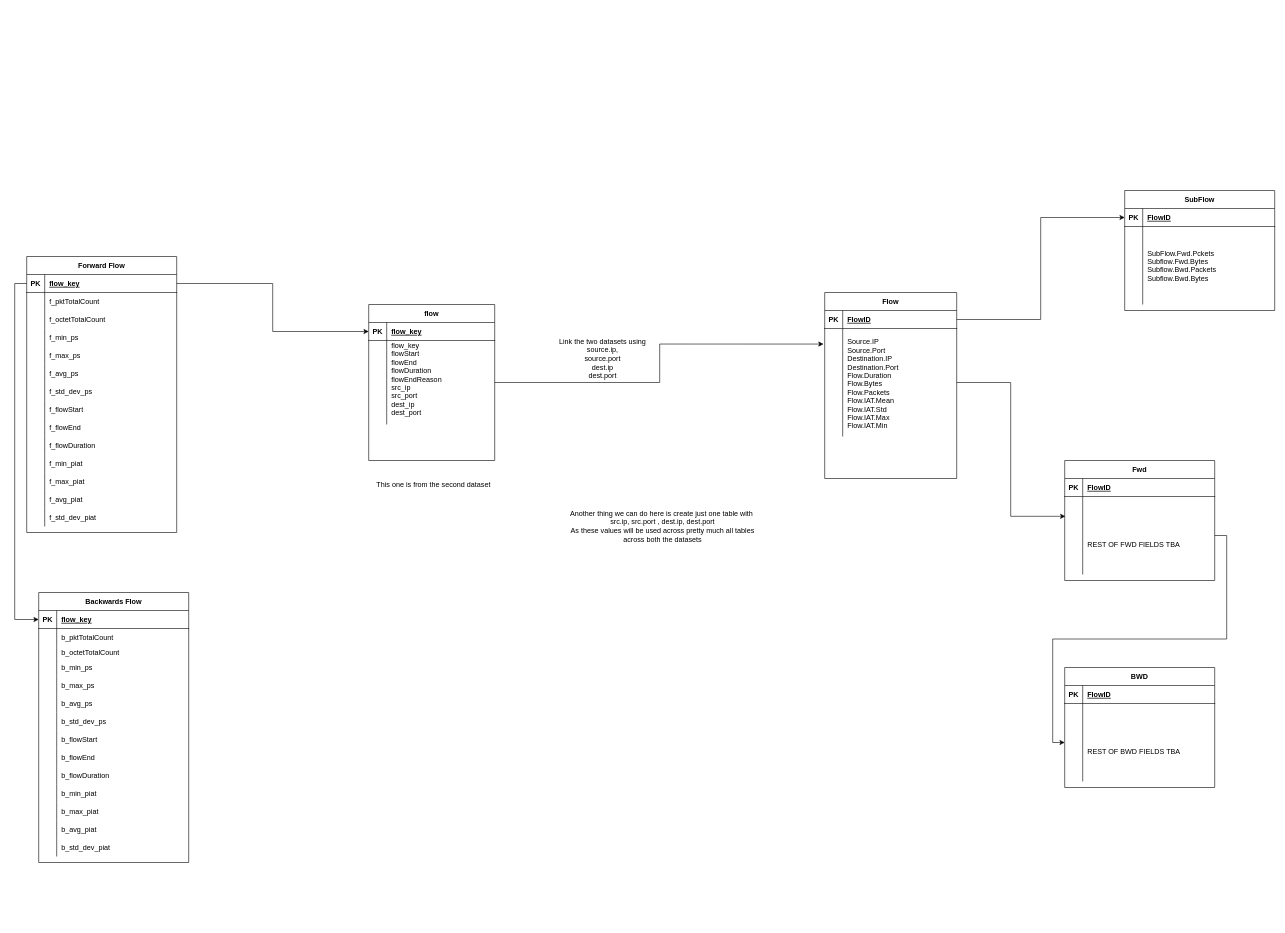
Amiralizim/Networking keeps this draw.io diagram as ER_diagram.drawio. Above is the earlier version. Source tidied: cells renumbered, new cells numbered last; positions are measured from the earlier drawing's top-left corner, leaving out a move shared by most shapes. Both pictures are drawn from the tidied source at 60%, with x=0, y=0 at pixel (26, 190).
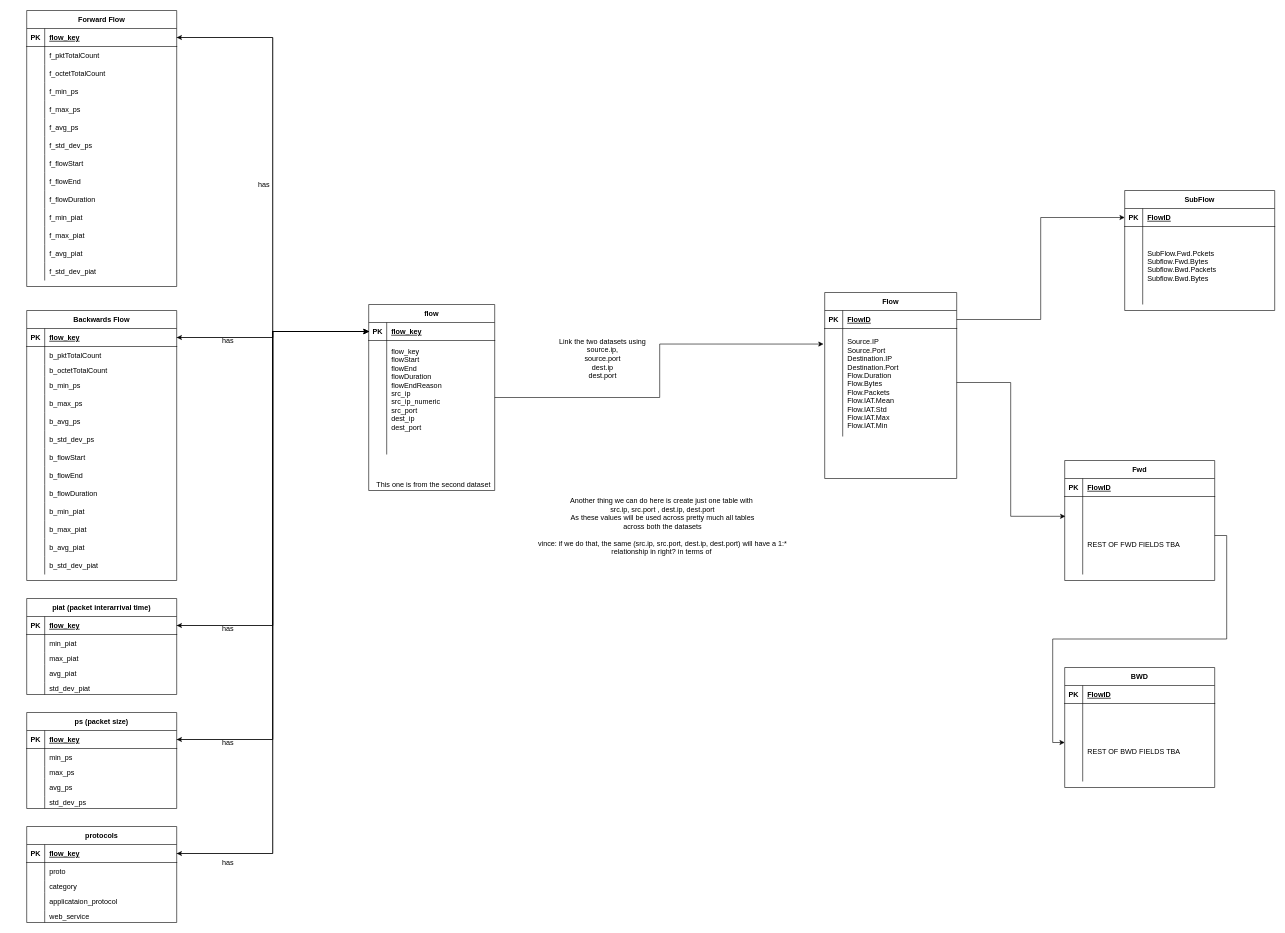
Above is the later version.

Unchanged cells that the change refers to:
```xml
<mxCell id="34" style="shape=partialRectangle;fillColor=none;top=0;left=0;bottom=1;right=0;points=[[0,0.5],[1,0.5]];portConstraint=eastwest;" parent="33" vertex="1">
  <mxGeometry y="30" width="210" height="30" as="geometry" />
</mxCell>
<mxCell id="44" style="shape=partialRectangle;fillColor=none;points=[[0,0.5],[1,0.5]];portConstraint=eastwest;top=0;left=0;right=0;bottom=1;" parent="43" vertex="1">
  <mxGeometry y="30" width="250" height="30" as="geometry" />
</mxCell>
<mxCell id="89" style="shape=partialRectangle;fillColor=none;points=[[0,0.5],[1,0.5]];portConstraint=eastwest;top=0;left=0;right=0;bottom=1;" parent="88" vertex="1">
  <mxGeometry y="30" width="250" height="30" as="geometry" />
</mxCell>
```

Change to the diagram source:
```diff
@@
     <mxCell id="33" value="flow" style="shape=table;startSize=30;childLayout=tableLayout;rowLines=0;fontStyle=1;align=center;" parent="1" vertex="1">
-      <mxGeometry x="570" y="190" width="210" height="260" as="geometry" />
+      <mxGeometry x="570" y="190" width="210" height="310" as="geometry" />
     </mxCell>
@@
     <mxCell id="37" style="shape=partialRectangle;fillColor=none;top=0;left=0;bottom=0;right=0;points=[[0,0.5],[1,0.5]];portConstraint=eastwest;" parent="33" vertex="1">
-      <mxGeometry y="60" width="210" height="140" as="geometry" />
+      <mxGeometry y="60" width="210" height="190" as="geometry" />
     </mxCell>
     <mxCell id="38" style="shape=partialRectangle;fillColor=none;top=0;left=0;bottom=0;right=0;overflow=hidden;" parent="37" vertex="1">
-      <mxGeometry width="30" height="140" as="geometry" />
+      <mxGeometry width="30" height="190" as="geometry" />
     </mxCell>
-    <mxCell id="39" value="flow_key&#10;flowStart&#10;flowEnd&#10;flowDuration&#10;flowEndReason&#10;src_ip&#10;src_port&#10;dest_ip&#10;dest_port&#10;" style="shape=partialRectangle;fillColor=none;top=0;left=0;bottom=0;right=0;align=left;spacingLeft=6;overflow=hidden;" parent="37" vertex="1">
-      <mxGeometry x="30" width="180" height="140" as="geometry" />
+    <mxCell id="39" value="flow_key&#10;flowStart&#10;flowEnd&#10;flowDuration&#10;flowEndReason&#10;src_ip&#10;src_ip_numeric&#10;src_port&#10;dest_ip&#10;dest_port&#10;&#10;" style="shape=partialRectangle;fillColor=none;top=0;left=0;bottom=0;right=0;align=left;spacingLeft=6;overflow=hidden;" parent="37" vertex="1">
+      <mxGeometry x="30" width="180" height="190" as="geometry" />
     </mxCell>
@@
+    <mxCell id="86" style="edgeStyle=orthogonalEdgeStyle;rounded=0;jettySize=auto;html=1;exitX=1;exitY=0.5;exitDx=0;exitDy=0;entryX=0;entryY=0.5;entryDx=0;entryDy=0;" parent="1" edge="1" source="44" target="34">
+      <mxGeometry relative="1" as="geometry" />
+    </mxCell>
+    <mxCell id="87" value="Another thing we can do here is create just one table with&amp;nbsp;&lt;br&gt;src.ip, src.port , dest.ip, dest.port&lt;br&gt;As these values will be used across pretty much all tables&lt;br&gt;across both the datasets&lt;br&gt;&lt;br&gt;vince: if we do that, the same (src.ip, src.port, dest.ip, dest.port) will have a 1:* relationship in right? in terms of&amp;nbsp;" style="text;html=1;strokeColor=none;fillColor=none;align=center;verticalAlign=middle;whiteSpace=wrap;rounded=0;" parent="1" vertex="1">
+      <mxGeometry x="830" y="440" width="460" height="240" as="geometry" />
+    </mxCell>
+    <mxCell id="132" style="edgeStyle=orthogonalEdgeStyle;rounded=0;jettySize=auto;html=1;exitX=1;exitY=0.5;exitDx=0;exitDy=0;entryX=0;entryY=0.5;entryDx=0;entryDy=0;" parent="1" edge="1" source="89" target="34">
+      <mxGeometry relative="1" as="geometry" />
+    </mxCell>
+    <mxCell id="133" style="edgeStyle=orthogonalEdgeStyle;rounded=0;jettySize=auto;html=1;entryX=1;entryY=0.5;entryDx=0;entryDy=0;" parent="1" edge="1" source="34" target="44">
+      <mxGeometry relative="1" as="geometry" />
+    </mxCell>
+    <mxCell id="134" style="edgeStyle=orthogonalEdgeStyle;rounded=0;jettySize=auto;html=1;entryX=1;entryY=0.5;entryDx=0;entryDy=0;" parent="1" edge="1" source="34" target="89">
+      <mxGeometry relative="1" as="geometry" />
+    </mxCell>
+    <mxCell id="135" value="has" style="text;html=1;align=center;verticalAlign=middle;" parent="1" vertex="1">
+      <mxGeometry x="380" y="-20" width="30" height="20" as="geometry" />
+    </mxCell>
+    <mxCell id="136" value="has" style="text;html=1;align=center;verticalAlign=middle;" parent="1" vertex="1">
+      <mxGeometry x="320" y="240" width="30" height="20" as="geometry" />
+    </mxCell>
     <mxCell id="43" value="Forward Flow" style="shape=table;startSize=30;childLayout=tableLayout;rowLines=0;fontStyle=1;align=center;" parent="1" vertex="1">
-      <mxGeometry y="110" width="250" height="460" as="geometry" />
+      <mxGeometry y="-300" width="250" height="460" as="geometry" />
     </mxCell>
@@
-    <mxCell id="86" style="edgeStyle=orthogonalEdgeStyle;rounded=0;jettySize=auto;html=1;exitX=1;exitY=0.5;exitDx=0;exitDy=0;entryX=0;entryY=0.5;entryDx=0;entryDy=0;" parent="1" edge="1" source="44" target="34">
-      <mxGeometry relative="1" as="geometry" />
-    </mxCell>
-    <mxCell id="87" value="Another thing we can do here is create just one table with&amp;nbsp;&lt;br&gt;src.ip, src.port , dest.ip, dest.port&lt;br&gt;As these values will be used across pretty much all tables&lt;br&gt;across both the datasets" style="text;html=1;strokeColor=none;fillColor=none;align=center;verticalAlign=middle;whiteSpace=wrap;rounded=0;" parent="1" vertex="1">
-      <mxGeometry x="830" y="440" width="460" height="240" as="geometry" />
-    </mxCell>
     <mxCell id="88" value="Backwards Flow" style="shape=table;startSize=30;childLayout=tableLayout;rowLines=0;fontStyle=1;align=center;" parent="1" vertex="1">
-      <mxGeometry x="20" y="670" width="250" height="450" as="geometry" />
+      <mxGeometry y="200" width="250" height="450" as="geometry" />
     </mxCell>
@@
-    <mxCell id="131" style="edgeStyle=orthogonalEdgeStyle;rounded=0;jettySize=auto;html=1;exitX=0;exitY=0.5;exitDx=0;exitDy=0;entryX=0;entryY=0.5;entryDx=0;entryDy=0;" parent="1" edge="1" source="44" target="89">
-      <mxGeometry relative="1" as="geometry" />
-    </mxCell>
+    <mxCell id="137" value="piat (packet interarrival time)" style="shape=table;startSize=30;childLayout=tableLayout;rowLines=0;fontStyle=1;align=center;" parent="1" vertex="1">
+      <mxGeometry y="680" width="250" height="160" as="geometry" />
+    </mxCell>
+    <mxCell id="138" style="shape=partialRectangle;fillColor=none;points=[[0,0.5],[1,0.5]];portConstraint=eastwest;top=0;left=0;right=0;bottom=1;" parent="137" vertex="1">
+      <mxGeometry y="30" width="250" height="30" as="geometry" />
+    </mxCell>
+    <mxCell id="139" value="PK" style="shape=partialRectangle;overflow=hidden;fillColor=none;top=0;left=0;bottom=0;right=0;fontStyle=1;" parent="138" vertex="1">
+      <mxGeometry width="30" height="30" as="geometry" />
+    </mxCell>
+    <mxCell id="140" value="flow_key" style="shape=partialRectangle;overflow=hidden;fillColor=none;top=0;left=0;bottom=0;right=0;align=left;spacingLeft=6;fontStyle=5;" parent="138" vertex="1">
+      <mxGeometry x="30" width="220" height="30" as="geometry" />
+    </mxCell>
+    <mxCell id="141" style="shape=partialRectangle;fillColor=none;top=0;left=0;right=0;bottom=0;" parent="137" vertex="1">
+      <mxGeometry y="60" width="250" height="30" as="geometry" />
+    </mxCell>
+    <mxCell id="142" style="shape=partialRectangle;overflow=hidden;fillColor=none;top=0;left=0;bottom=0;right=0;" parent="141" vertex="1">
+      <mxGeometry width="30" height="30" as="geometry" />
+    </mxCell>
+    <mxCell id="143" value="min_piat" style="shape=partialRectangle;overflow=hidden;fillColor=none;top=0;left=0;bottom=0;right=0;align=left;spacingLeft=6;" parent="141" vertex="1">
+      <mxGeometry x="30" width="220" height="30" as="geometry" />
+    </mxCell>
+    <mxCell id="144" style="shape=partialRectangle;fillColor=none;top=0;left=0;bottom=0;right=0;" parent="137" vertex="1">
+      <mxGeometry y="90" width="250" height="20" as="geometry" />
+    </mxCell>
+    <mxCell id="145" style="shape=partialRectangle;fillColor=none;top=0;left=0;bottom=0;right=0;overflow=hidden;" parent="144" vertex="1">
+      <mxGeometry width="30" height="20" as="geometry" />
+    </mxCell>
+    <mxCell id="146" value="max_piat" style="shape=partialRectangle;fillColor=none;top=0;left=0;bottom=0;right=0;align=left;spacingLeft=6;overflow=hidden;" parent="144" vertex="1">
+      <mxGeometry x="30" width="220" height="20" as="geometry" />
+    </mxCell>
+    <mxCell id="147" style="shape=partialRectangle;fillColor=none;top=0;left=0;bottom=0;right=0;" parent="137" vertex="1">
+      <mxGeometry y="110" width="250" height="30" as="geometry" />
+    </mxCell>
+    <mxCell id="148" style="shape=partialRectangle;fillColor=none;top=0;left=0;bottom=0;right=0;overflow=hidden;" parent="147" vertex="1">
+      <mxGeometry width="30" height="30" as="geometry" />
+    </mxCell>
+    <mxCell id="149" value="avg_piat" style="shape=partialRectangle;fillColor=none;top=0;left=0;bottom=0;right=0;align=left;spacingLeft=6;overflow=hidden;" parent="147" vertex="1">
+      <mxGeometry x="30" width="220" height="30" as="geometry" />
+    </mxCell>
+    <mxCell id="150" style="shape=partialRectangle;fillColor=none;top=0;left=0;bottom=0;right=0;" parent="137" vertex="1">
+      <mxGeometry y="140" width="250" height="20" as="geometry" />
+    </mxCell>
+    <mxCell id="151" style="shape=partialRectangle;fillColor=none;top=0;left=0;bottom=0;right=0;overflow=hidden;" parent="150" vertex="1">
+      <mxGeometry width="30" height="20" as="geometry" />
+    </mxCell>
+    <mxCell id="152" value="std_dev_piat" style="shape=partialRectangle;fillColor=none;top=0;left=0;bottom=0;right=0;align=left;spacingLeft=6;overflow=hidden;" parent="150" vertex="1">
+      <mxGeometry x="30" width="220" height="20" as="geometry" />
+    </mxCell>
+    <mxCell id="153" value="ps (packet size)" style="shape=table;startSize=30;childLayout=tableLayout;rowLines=0;fontStyle=1;align=center;" parent="1" vertex="1">
+      <mxGeometry y="870" width="250" height="160" as="geometry" />
+    </mxCell>
+    <mxCell id="154" style="shape=partialRectangle;fillColor=none;points=[[0,0.5],[1,0.5]];portConstraint=eastwest;top=0;left=0;right=0;bottom=1;" parent="153" vertex="1">
+      <mxGeometry y="30" width="250" height="30" as="geometry" />
+    </mxCell>
+    <mxCell id="155" value="PK" style="shape=partialRectangle;overflow=hidden;fillColor=none;top=0;left=0;bottom=0;right=0;fontStyle=1;" parent="154" vertex="1">
+      <mxGeometry width="30" height="30" as="geometry" />
+    </mxCell>
+    <mxCell id="156" value="flow_key" style="shape=partialRectangle;overflow=hidden;fillColor=none;top=0;left=0;bottom=0;right=0;align=left;spacingLeft=6;fontStyle=5;" parent="154" vertex="1">
+      <mxGeometry x="30" width="220" height="30" as="geometry" />
+    </mxCell>
+    <mxCell id="157" style="shape=partialRectangle;fillColor=none;top=0;left=0;right=0;bottom=0;" parent="153" vertex="1">
+      <mxGeometry y="60" width="250" height="30" as="geometry" />
+    </mxCell>
+    <mxCell id="158" style="shape=partialRectangle;overflow=hidden;fillColor=none;top=0;left=0;bottom=0;right=0;" parent="157" vertex="1">
+      <mxGeometry width="30" height="30" as="geometry" />
+    </mxCell>
+    <mxCell id="159" value="min_ps" style="shape=partialRectangle;overflow=hidden;fillColor=none;top=0;left=0;bottom=0;right=0;align=left;spacingLeft=6;" parent="157" vertex="1">
+      <mxGeometry x="30" width="220" height="30" as="geometry" />
+    </mxCell>
+    <mxCell id="160" style="shape=partialRectangle;fillColor=none;top=0;left=0;bottom=0;right=0;" parent="153" vertex="1">
+      <mxGeometry y="90" width="250" height="20" as="geometry" />
+    </mxCell>
+    <mxCell id="161" style="shape=partialRectangle;fillColor=none;top=0;left=0;bottom=0;right=0;overflow=hidden;" parent="160" vertex="1">
+      <mxGeometry width="30" height="20" as="geometry" />
+    </mxCell>
+    <mxCell id="162" value="max_ps" style="shape=partialRectangle;fillColor=none;top=0;left=0;bottom=0;right=0;align=left;spacingLeft=6;overflow=hidden;" parent="160" vertex="1">
+      <mxGeometry x="30" width="220" height="20" as="geometry" />
+    </mxCell>
+    <mxCell id="163" style="shape=partialRectangle;fillColor=none;top=0;left=0;bottom=0;right=0;" parent="153" vertex="1">
+      <mxGeometry y="110" width="250" height="30" as="geometry" />
+    </mxCell>
+    <mxCell id="164" style="shape=partialRectangle;fillColor=none;top=0;left=0;bottom=0;right=0;overflow=hidden;" parent="163" vertex="1">
+      <mxGeometry width="30" height="30" as="geometry" />
+    </mxCell>
+    <mxCell id="165" value="avg_ps" style="shape=partialRectangle;fillColor=none;top=0;left=0;bottom=0;right=0;align=left;spacingLeft=6;overflow=hidden;" parent="163" vertex="1">
+      <mxGeometry x="30" width="220" height="30" as="geometry" />
+    </mxCell>
+    <mxCell id="166" style="shape=partialRectangle;fillColor=none;top=0;left=0;bottom=0;right=0;" parent="153" vertex="1">
+      <mxGeometry y="140" width="250" height="20" as="geometry" />
+    </mxCell>
+    <mxCell id="167" style="shape=partialRectangle;fillColor=none;top=0;left=0;bottom=0;right=0;overflow=hidden;" parent="166" vertex="1">
+      <mxGeometry width="30" height="20" as="geometry" />
+    </mxCell>
+    <mxCell id="168" value="std_dev_ps" style="shape=partialRectangle;fillColor=none;top=0;left=0;bottom=0;right=0;align=left;spacingLeft=6;overflow=hidden;" parent="166" vertex="1">
+      <mxGeometry x="30" width="220" height="20" as="geometry" />
+    </mxCell>
+    <mxCell id="169" value="protocols" style="shape=table;startSize=30;childLayout=tableLayout;rowLines=0;fontStyle=1;align=center;" parent="1" vertex="1">
+      <mxGeometry y="1060" width="250" height="160" as="geometry" />
+    </mxCell>
+    <mxCell id="170" style="shape=partialRectangle;fillColor=none;points=[[0,0.5],[1,0.5]];portConstraint=eastwest;top=0;left=0;right=0;bottom=1;" parent="169" vertex="1">
+      <mxGeometry y="30" width="250" height="30" as="geometry" />
+    </mxCell>
+    <mxCell id="171" value="PK" style="shape=partialRectangle;overflow=hidden;fillColor=none;top=0;left=0;bottom=0;right=0;fontStyle=1;" parent="170" vertex="1">
+      <mxGeometry width="30" height="30" as="geometry" />
+    </mxCell>
+    <mxCell id="172" value="flow_key" style="shape=partialRectangle;overflow=hidden;fillColor=none;top=0;left=0;bottom=0;right=0;align=left;spacingLeft=6;fontStyle=5;" parent="170" vertex="1">
+      <mxGeometry x="30" width="220" height="30" as="geometry" />
+    </mxCell>
+    <mxCell id="173" style="shape=partialRectangle;fillColor=none;top=0;left=0;right=0;bottom=0;" parent="169" vertex="1">
+      <mxGeometry y="60" width="250" height="30" as="geometry" />
+    </mxCell>
+    <mxCell id="174" style="shape=partialRectangle;overflow=hidden;fillColor=none;top=0;left=0;bottom=0;right=0;" parent="173" vertex="1">
+      <mxGeometry width="30" height="30" as="geometry" />
+    </mxCell>
+    <mxCell id="175" value="proto" style="shape=partialRectangle;overflow=hidden;fillColor=none;top=0;left=0;bottom=0;right=0;align=left;spacingLeft=6;" parent="173" vertex="1">
+      <mxGeometry x="30" width="220" height="30" as="geometry" />
+    </mxCell>
+    <mxCell id="176" style="shape=partialRectangle;fillColor=none;top=0;left=0;bottom=0;right=0;" parent="169" vertex="1">
+      <mxGeometry y="90" width="250" height="20" as="geometry" />
+    </mxCell>
+    <mxCell id="177" style="shape=partialRectangle;fillColor=none;top=0;left=0;bottom=0;right=0;overflow=hidden;" parent="176" vertex="1">
+      <mxGeometry width="30" height="20" as="geometry" />
+    </mxCell>
+    <mxCell id="178" value="category" style="shape=partialRectangle;fillColor=none;top=0;left=0;bottom=0;right=0;align=left;spacingLeft=6;overflow=hidden;" parent="176" vertex="1">
+      <mxGeometry x="30" width="220" height="20" as="geometry" />
+    </mxCell>
+    <mxCell id="179" style="shape=partialRectangle;fillColor=none;top=0;left=0;bottom=0;right=0;" parent="169" vertex="1">
+      <mxGeometry y="110" width="250" height="30" as="geometry" />
+    </mxCell>
+    <mxCell id="180" style="shape=partialRectangle;fillColor=none;top=0;left=0;bottom=0;right=0;overflow=hidden;" parent="179" vertex="1">
+      <mxGeometry width="30" height="30" as="geometry" />
+    </mxCell>
+    <mxCell id="181" value="applicataion_protocol" style="shape=partialRectangle;fillColor=none;top=0;left=0;bottom=0;right=0;align=left;spacingLeft=6;overflow=hidden;" parent="179" vertex="1">
+      <mxGeometry x="30" width="220" height="30" as="geometry" />
+    </mxCell>
+    <mxCell id="182" style="shape=partialRectangle;fillColor=none;top=0;left=0;bottom=0;right=0;" parent="169" vertex="1">
+      <mxGeometry y="140" width="250" height="20" as="geometry" />
+    </mxCell>
+    <mxCell id="183" style="shape=partialRectangle;fillColor=none;top=0;left=0;bottom=0;right=0;overflow=hidden;" parent="182" vertex="1">
+      <mxGeometry width="30" height="20" as="geometry" />
+    </mxCell>
+    <mxCell id="184" value="web_service" style="shape=partialRectangle;fillColor=none;top=0;left=0;bottom=0;right=0;align=left;spacingLeft=6;overflow=hidden;" parent="182" vertex="1">
+      <mxGeometry x="30" width="220" height="20" as="geometry" />
+    </mxCell>
+    <mxCell id="185" style="edgeStyle=orthogonalEdgeStyle;rounded=0;jettySize=auto;html=1;exitX=1;exitY=0.5;exitDx=0;exitDy=0;entryX=0;entryY=0.5;entryDx=0;entryDy=0;" parent="1" edge="1" source="138" target="34">
+      <mxGeometry relative="1" as="geometry" />
+    </mxCell>
+    <mxCell id="186" style="edgeStyle=orthogonalEdgeStyle;rounded=0;jettySize=auto;html=1;entryX=1;entryY=0.5;entryDx=0;entryDy=0;" parent="1" edge="1" source="34" target="138">
+      <mxGeometry relative="1" as="geometry" />
+    </mxCell>
+    <mxCell id="187" style="edgeStyle=orthogonalEdgeStyle;rounded=0;jettySize=auto;html=1;exitX=1;exitY=0.5;exitDx=0;exitDy=0;entryX=0;entryY=0.5;entryDx=0;entryDy=0;" parent="1" edge="1" source="154" target="34">
+      <mxGeometry relative="1" as="geometry" />
+    </mxCell>
+    <mxCell id="188" style="edgeStyle=orthogonalEdgeStyle;rounded=0;jettySize=auto;html=1;entryX=1;entryY=0.5;entryDx=0;entryDy=0;" parent="1" edge="1" source="34" target="154">
+      <mxGeometry relative="1" as="geometry" />
+    </mxCell>
+    <mxCell id="189" style="edgeStyle=orthogonalEdgeStyle;rounded=0;jettySize=auto;html=1;exitX=1;exitY=0.5;exitDx=0;exitDy=0;entryX=0;entryY=0.5;entryDx=0;entryDy=0;" parent="1" edge="1" source="170" target="34">
+      <mxGeometry relative="1" as="geometry" />
+    </mxCell>
+    <mxCell id="190" style="edgeStyle=orthogonalEdgeStyle;rounded=0;jettySize=auto;html=1;entryX=1;entryY=0.5;entryDx=0;entryDy=0;" parent="1" edge="1" source="34" target="170">
+      <mxGeometry relative="1" as="geometry" />
+    </mxCell>
+    <mxCell id="191" value="has" style="text;html=1;align=center;verticalAlign=middle;" parent="1" vertex="1">
+      <mxGeometry x="320" y="720" width="30" height="20" as="geometry" />
+    </mxCell>
+    <mxCell id="192" value="has" style="text;html=1;align=center;verticalAlign=middle;" parent="1" vertex="1">
+      <mxGeometry x="320" y="910" width="30" height="20" as="geometry" />
+    </mxCell>
+    <mxCell id="193" value="has" style="text;html=1;align=center;verticalAlign=middle;" parent="1" vertex="1">
+      <mxGeometry x="320" y="1110" width="30" height="20" as="geometry" />
+    </mxCell>
```
